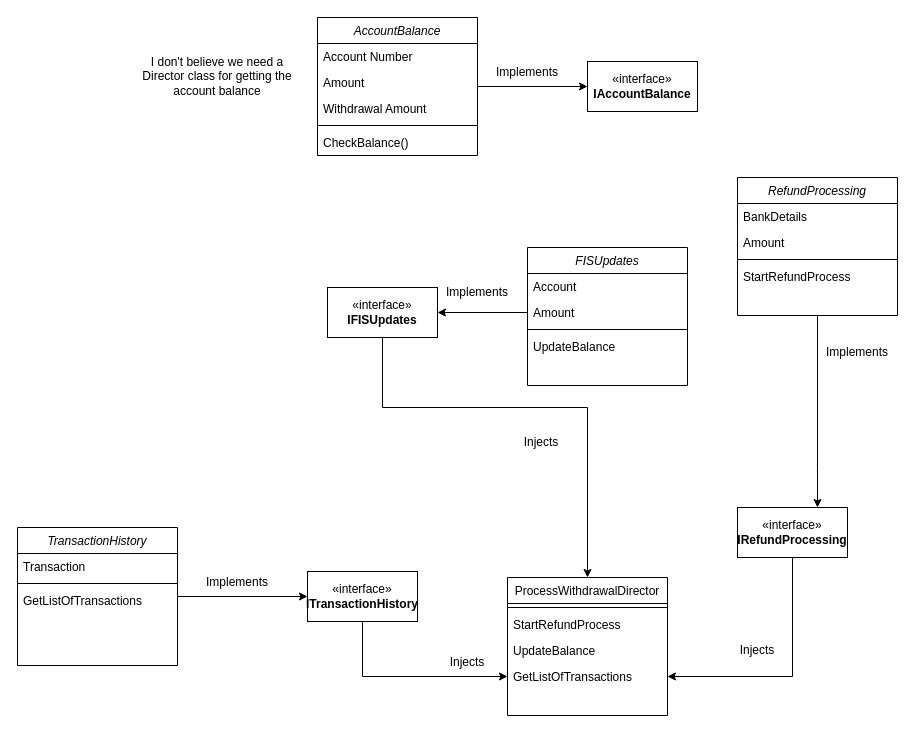
Above: CashWithdrawalsClassDiagram.drawio in mattwatts36/drawings (draw.io), before the change. Source tidied: cells renumbered, new cells numbered last; positions are measured from the earlier drawing's top-left corner, leaving out a move shared by most shapes. Both pictures are drawn from the tidied source at 100%, with x=0, y=0 at pixel (17, 17).
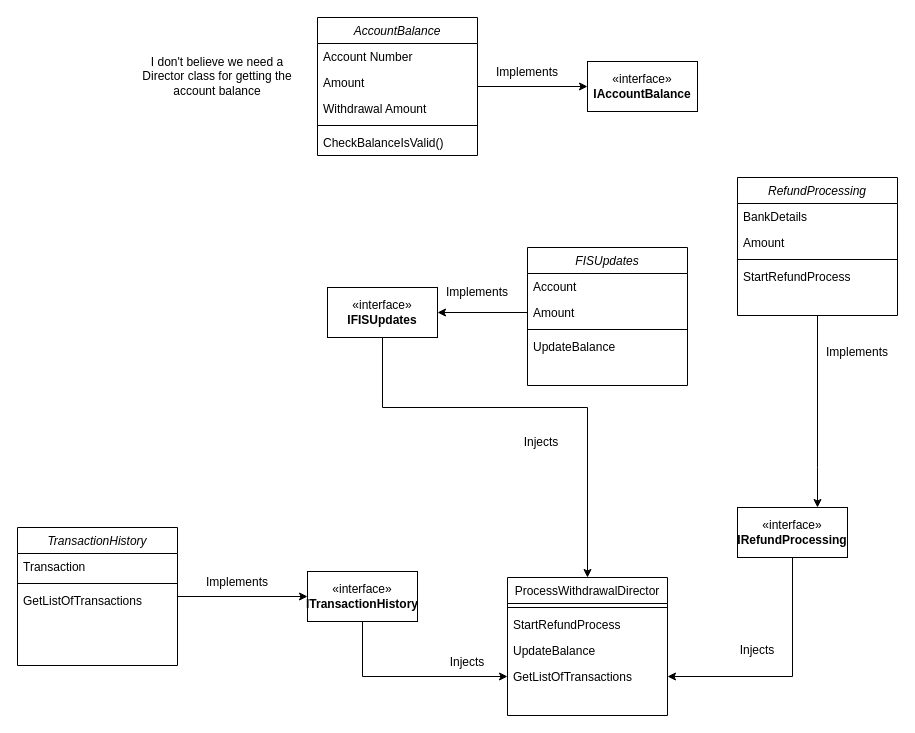
The same diagram, later.

Unchanged cells that the change refers to:
```xml
<mxCell id="3" value="AccountBalance" style="swimlane;fontStyle=2;align=center;verticalAlign=top;horizontal=1;startSize=26;rounded=0;shadow=0;strokeWidth=1;" parent="1" vertex="1">
  <mxGeometry x="300" width="160" height="138" as="geometry" />
</mxCell>
```

Change to the diagram source:
```diff
@@
-    <mxCell id="8" value="CheckBalance()" style="text;align=left;verticalAlign=top;spacingLeft=4;spacingRight=4;overflow=hidden;" parent="3" vertex="1">
+    <mxCell id="8" value="CheckBalanceIsValid()" style="text;align=left;verticalAlign=top;spacingLeft=4;spacingRight=4;overflow=hidden;" parent="3" vertex="1">
       <mxGeometry y="112" width="160" height="26" as="geometry" />
     </mxCell>
```
